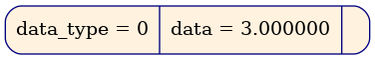
pupach/diff_tree keeps this Graphviz diagram as diff_tree/gr_dump/diff_tree_7.dot.png. Above is the earlier version. Its source is kept beside it as diff_tree/gr_dump/diff_tree_7.dot.
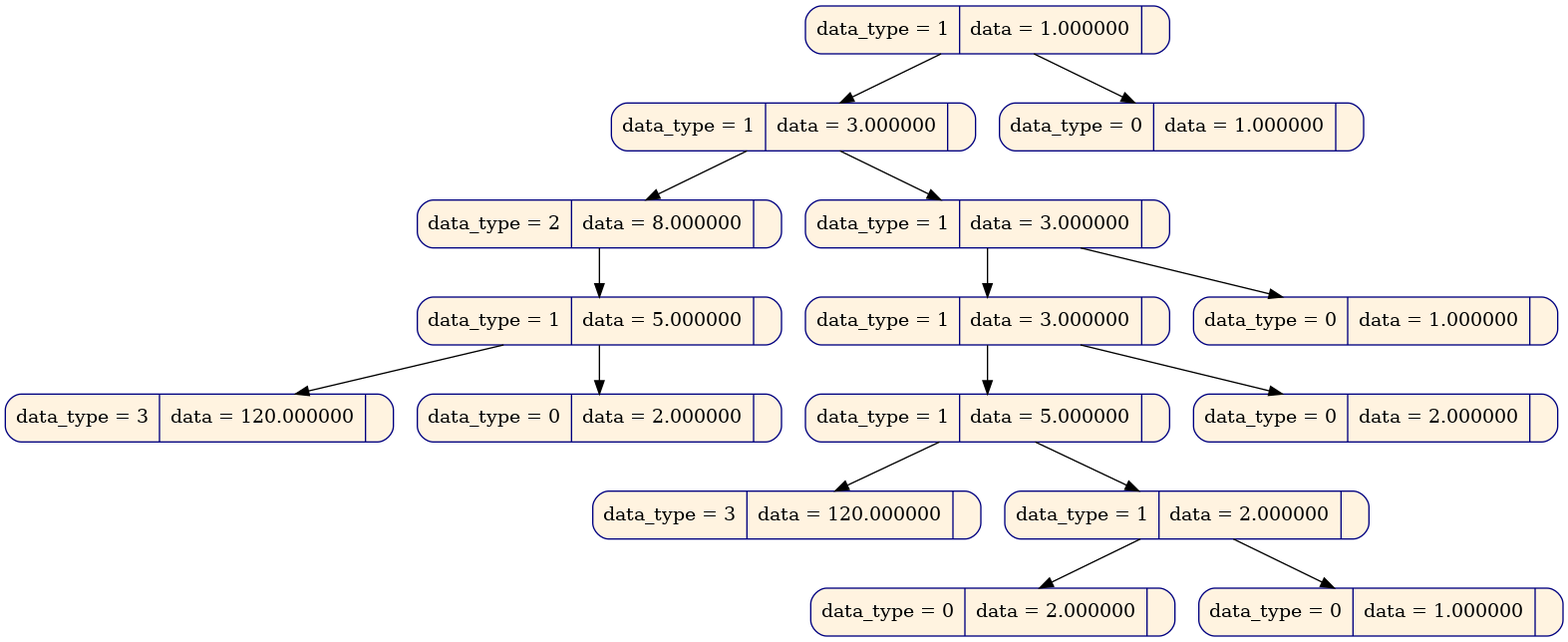
After the commit.

The edit, as a diff of the source:
```diff
@@ -1,5 +1,35 @@
 digraph
 {
 node [shape = Mrecord, color  = "navy", style = "filled"];
-node0x619000000a80[label = " data_type = 0 | data = 3.000000 | ", fillcolor = "#fff3e0", rank = 0];
+node0x625000002c48[label = " data_type = 1 | data = 1.000000 | ", fillcolor = "#fff3e0", rank = 0];
+node0x625000002900[label = " data_type = 1 | data = 3.000000 | ", fillcolor = "#fff3e0", rank = 1];
+node0x625000002938[label = " data_type = 2 | data = 8.000000 | ", fillcolor = "#fff3e0", rank = 2];
+node0x625000002970[label = " data_type = 1 | data = 5.000000 | ", fillcolor = "#fff3e0", rank = 3];
+node0x6250000029a8[label = " data_type = 3 | data = 120.000000 | ", fillcolor = "#fff3e0", rank = 4];
+node0x6250000029e0[label = " data_type = 0 | data = 2.000000 | ", fillcolor = "#fff3e0", rank = 4];
+node0x625000002a18[label = " data_type = 1 | data = 3.000000 | ", fillcolor = "#fff3e0", rank = 2];
+node0x625000002a50[label = " data_type = 1 | data = 3.000000 | ", fillcolor = "#fff3e0", rank = 3];
+node0x625000002a88[label = " data_type = 1 | data = 5.000000 | ", fillcolor = "#fff3e0", rank = 4];
+node0x625000002ac0[label = " data_type = 3 | data = 120.000000 | ", fillcolor = "#fff3e0", rank = 5];
+node0x625000002af8[label = " data_type = 1 | data = 2.000000 | ", fillcolor = "#fff3e0", rank = 5];
+node0x625000002b30[label = " data_type = 0 | data = 2.000000 | ", fillcolor = "#fff3e0", rank = 6];
+node0x625000002b68[label = " data_type = 0 | data = 1.000000 | ", fillcolor = "#fff3e0", rank = 6];
+node0x625000002ba0[label = " data_type = 0 | data = 2.000000 | ", fillcolor = "#fff3e0", rank = 4];
+node0x625000002bd8[label = " data_type = 0 | data = 1.000000 | ", fillcolor = "#fff3e0", rank = 3];
+node0x625000002c10[label = " data_type = 0 | data = 1.000000 | ", fillcolor = "#fff3e0", rank = 1];
+node0x625000002c48 -> node0x625000002900;
+node0x625000002900 -> node0x625000002938;
+node0x625000002938 -> node0x625000002970;
+node0x625000002970 -> node0x6250000029a8;
+node0x625000002970 -> node0x6250000029e0;
+node0x625000002900 -> node0x625000002a18;
+node0x625000002a18 -> node0x625000002a50;
+node0x625000002a50 -> node0x625000002a88;
+node0x625000002a88 -> node0x625000002ac0;
+node0x625000002a88 -> node0x625000002af8;
+node0x625000002af8 -> node0x625000002b30;
+node0x625000002af8 -> node0x625000002b68;
+node0x625000002a50 -> node0x625000002ba0;
+node0x625000002a18 -> node0x625000002bd8;
+node0x625000002c48 -> node0x625000002c10;
 }
```
